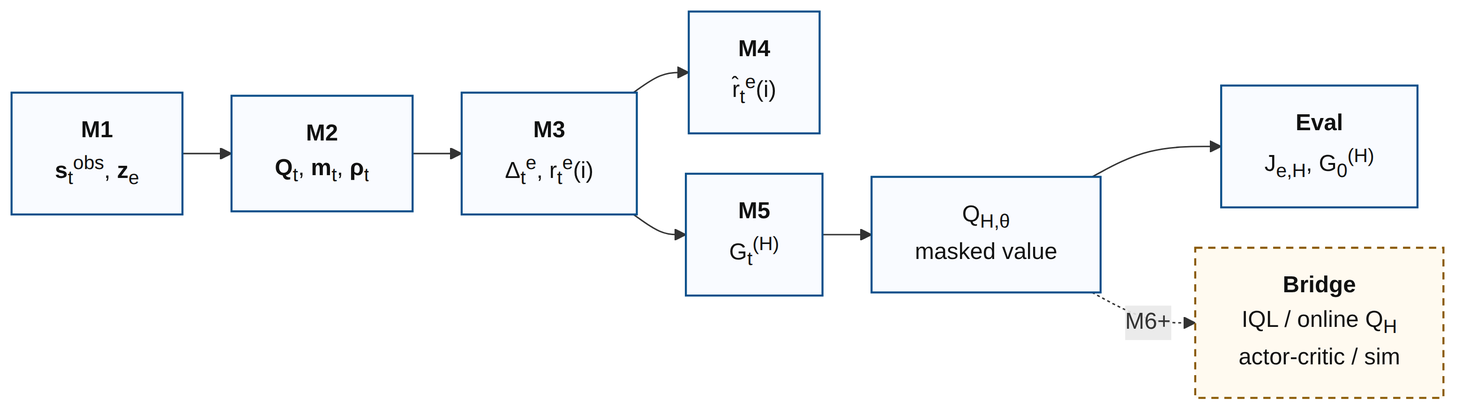
This is docs/typst/thesis/figures/proposal_system_flow.png from JanDuchscherer104/ARIA-NBV, a Mermaid export, as it was before one commit. Its source is kept beside it as docs/typst/thesis/figures/proposal_system_flow.mmd.
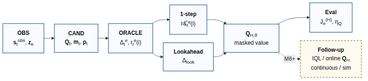
The same diagram one commit later.

The edit, as a diff of the source:
```diff
@@ -1,12 +1,13 @@
-%%{init: {"flowchart": {"htmlLabels": true, "nodeSpacing": 28, "rankSpacing": 34}}}%%
+%%{init: {"flowchart": {"htmlLabels": true, "nodeSpacing": 24, "rankSpacing": 30}}}%%
 flowchart LR
-  A["<b>M1</b><br/><b>s</b><sub>t</sub><sup>obs</sup>, <b>z</b><sub>e</sub>"] --> B["<b>M2</b><br/><b>Q</b><sub>t</sub>, <b>m</b><sub>t</sub>, <b>ρ</b><sub>t</sub>"]
-  B --> C["<b>M3</b><br/>Δ<sub>t</sub><sup>e</sup>, r<sub>t</sub><sup>e</sup>(i)"]
-  C --> D["<b>M4</b><br/>r̂<sub>t</sub><sup>e</sup>(i)"]
-  C --> E["<b>M5</b><br/>G<sub>t</sub><sup>(H)</sup>"]
-  E --> F["Q<sub>H,θ</sub><br/>masked value"]
-  F --> G["<b>Eval</b><br/>J<sub>e,H</sub>, G<sub>0</sub><sup>(H)</sup>"]
-  F -. "M6+" .-> H["<b>Bridge</b><br/>IQL / online Q<sub>H</sub><br/>actor-critic / sim"]
+  A["<b>OBS</b><br/><b>s</b><sub>t</sub><sup>obs</sup>, <b>z</b><sub>e</sub>"] --> B["<b>CAND</b><br/><b>Q</b><sub>t</sub>, <b>m</b><sub>t</sub>, <b>&rho;</b><sub>t</sub>"]
+  B --> C["<b>ORACLE</b><br/>&Delta;<sub>t</sub><sup>e</sup>, r<sub>t</sub><sup>e</sup>(i)"]
+  C --> D["<b>1-step</b><br/>r&#770;<sub>t</sub><sup>e</sup>(i)"]
+  C --> E["<b>Lookahead</b><br/>&Delta;<sub>look</sub>"]
+  D --> F["<b>Q</b><sub>H,&theta;</sub><br/>masked value"]
+  E --> F
+  F --> G["<b>Eval</b><br/>J<sub>e</sub><sup>(H)</sup>, &eta;<sub>Q</sub>"]
+  F -. "M6+" .-> H["<b>Follow-up</b><br/>IQL / online <b>Q</b><sub>H</sub><br/>continuous / sim"]
 
   classDef core fill:#f9fbff,stroke:#0b4f8a,stroke-width:1.4px,color:#111;
   classDef bridge fill:#fffaf0,stroke:#8a5a00,stroke-width:1.4px,stroke-dasharray:5 4,color:#111;
```
